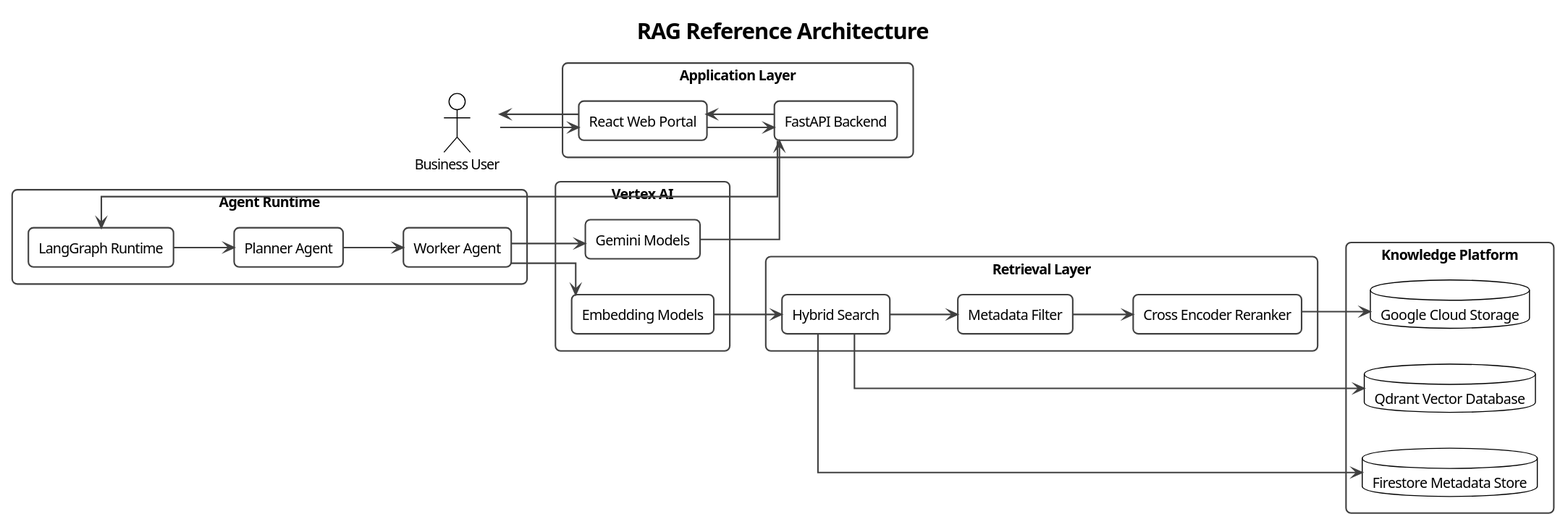
pjagdaley/enterprise-ai-orchestration-platform keeps this PlantUML diagram as docs/diagrams/ai/01-rag-reference-architecture.svg. Above is the earlier version.
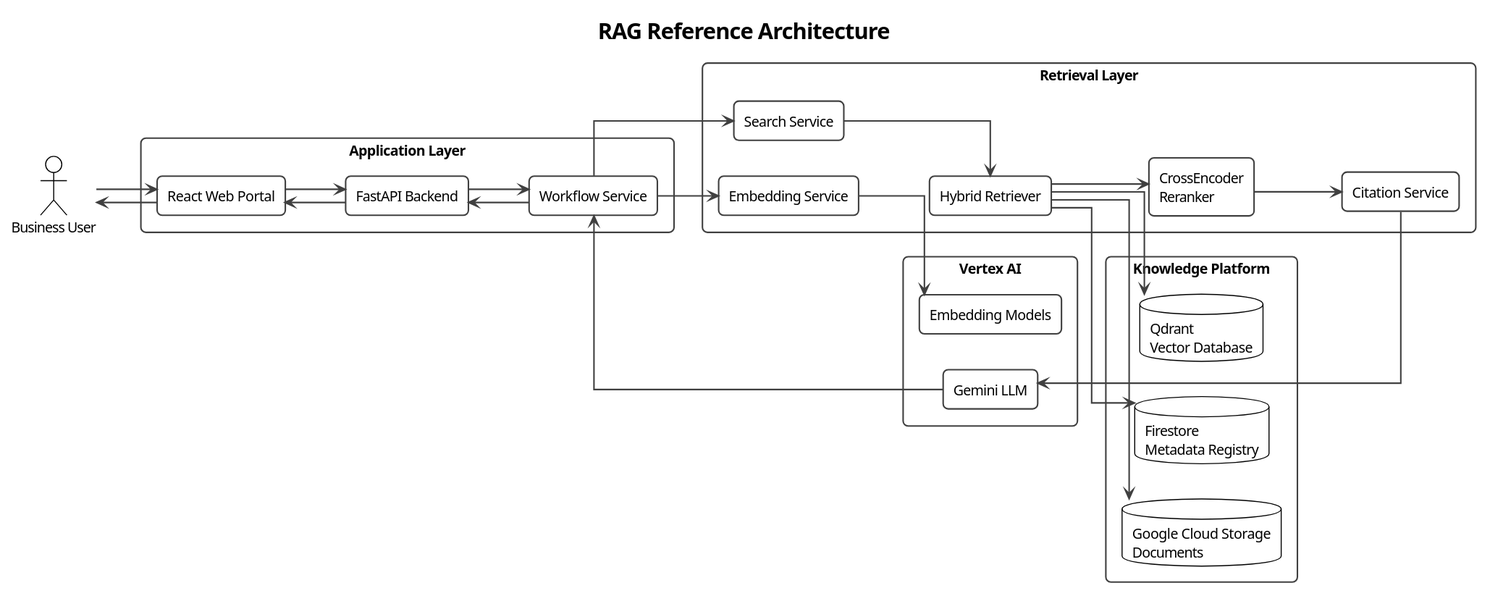
After the commit.

Diff of the diagram source:
```diff
@@ -1,8 +1,9 @@
 @startuml
+
+!theme plain
+
 title Enterprise AI Orchestration Platform
 title RAG Reference Architecture
-
-!theme plain
 
 left to right direction
 
@@ -24,7 +25,9 @@
 skinparam ArrowThickness 1.5
 skinparam ArrowColor #404040
 
+
 actor "Business User" as User
+
 
 package "Application Layer" {
 
@@ -32,73 +35,75 @@
 
 rectangle "FastAPI Backend" as API
 
-}
-
-package "Agent Runtime" {
-
-rectangle "LangGraph Runtime" as LangGraph
-
-rectangle "Planner Agent" as Planner
-
-rectangle "Worker Agent" as Worker
+rectangle "Workflow Service" as Workflow
 
 }
 
+
 package "Retrieval Layer" {
 
-rectangle "Hybrid Search" as HybridSearch
+rectangle "Embedding Service" as Embedding
 
-rectangle "Metadata Filter" as MetadataFilter
+rectangle "Search Service" as Search
 
-rectangle "Cross Encoder Reranker" as Reranker
+rectangle "Hybrid Retriever" as Hybrid
+
+rectangle "CrossEncoder\nReranker" as Reranker
+
+rectangle "Citation Service" as Citation
 
 }
 
+
 package "Knowledge Platform" {
 
-database "Qdrant Vector Database" as Qdrant
+database "Qdrant\nVector Database" as Qdrant
 
-database "Firestore Metadata Store" as Firestore
+database "Firestore\nMetadata Registry" as Firestore
 
-database "Google Cloud Storage" as GCS
+database "Google Cloud Storage\nDocuments" as GCS
 
 }
+
 
 package "Vertex AI" {
 
 rectangle "Embedding Models" as Embeddings
 
-rectangle "Gemini Models" as Gemini
+rectangle "Gemini LLM" as Gemini
 
 }
+
 
 User --> React
 
 React --> API
 
-API --> LangGraph
+API --> Workflow
 
-LangGraph --> Planner
+Workflow --> Embedding
 
-Planner --> Worker
+Embedding --> Embeddings
 
-Worker --> Embeddings
+Workflow --> Search
 
-Embeddings --> HybridSearch
+Search --> Hybrid
 
-HybridSearch --> Qdrant
+Hybrid --> Qdrant
 
-HybridSearch --> Firestore
+Hybrid --> Firestore
 
-HybridSearch --> MetadataFilter
+Hybrid --> GCS
 
-MetadataFilter --> Reranker
+Hybrid --> Reranker
 
-Reranker --> GCS
+Reranker --> Citation
 
-Worker --> Gemini
+Citation --> Gemini
 
-Gemini --> API
+Gemini --> Workflow
+
+Workflow --> API
 
 API --> React
 
```
